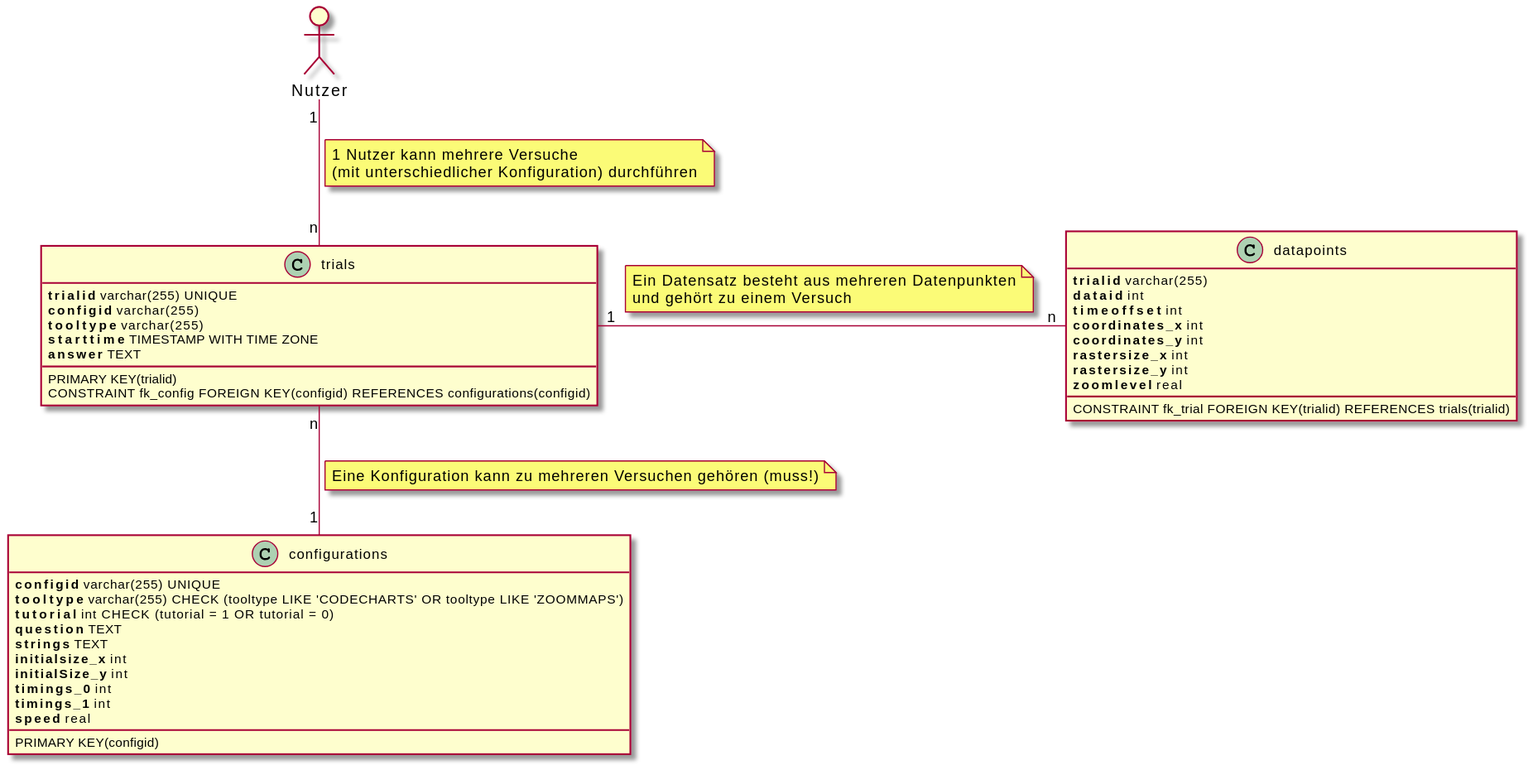
Before: uml-class/sonstige/database.svg, a diagram exported from PlantUML (weichware-10/dokumente).
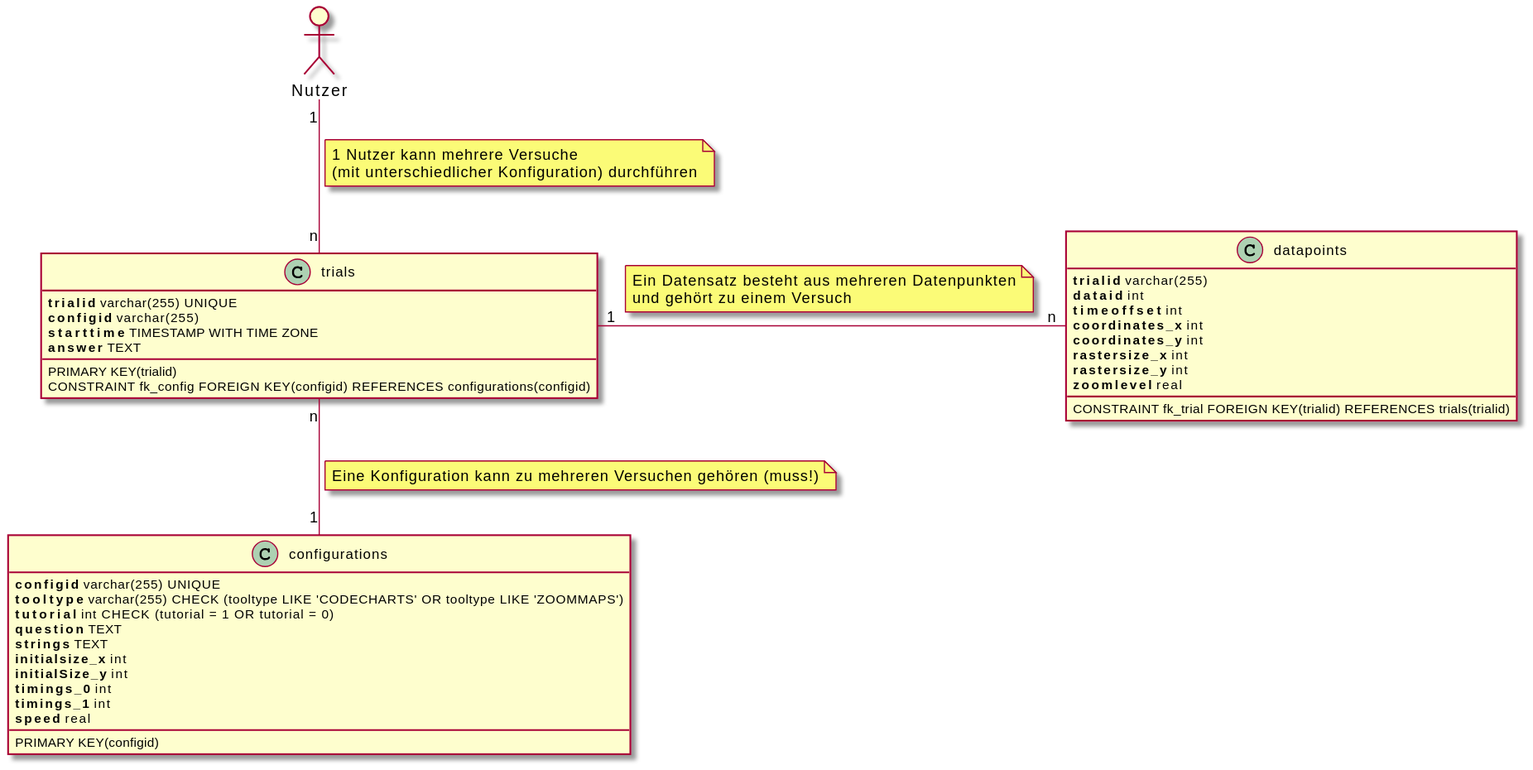
Later version of the same file.

Commit message:
[chore] rendered SVGs

What changed in the source:
```diff
@@ -21,7 +21,6 @@
 class "trials" as t {
     **trialid** varchar(255) UNIQUE
     **configid** varchar(255)
-    **tooltype** varchar(255)
     **starttime** TIMESTAMP WITH TIME ZONE
     **answer** TEXT
     __
```
